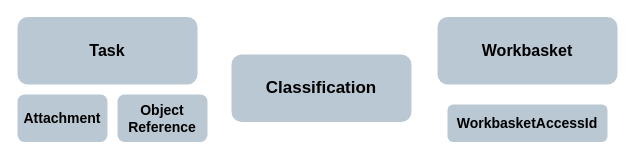
Above: new-doc-structure/first-example/docs/user-guide/core-concepts/entities.drawio in ryzheboka/taskana-doc (draw.io), before the change. Source tidied: cells renumbered, new cells numbered last; positions are measured from the earlier drawing's top-left corner, leaving out a move shared by most shapes. Both pictures are drawn from the tidied source at 100%, with x=0, y=0 at pixel (17, 16).
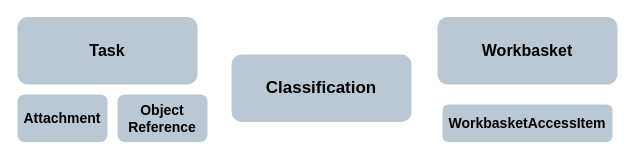
After the change.

What changed in the source:
```diff
@@
 <mxGraphModel>
   <root>
     <mxCell id="0" />
     <mxCell id="1" parent="0" />
     <mxCell id="2" value="&lt;b&gt;&lt;font style=&quot;font-size: 17px&quot;&gt;Classification&lt;/font&gt;&lt;/b&gt;" style="rounded=1;whiteSpace=wrap;html=1;fillColor=#bac8d3;strokeColor=none;" parent="1" vertex="1">
       <mxGeometry x="214" y="38" width="180" height="67.5" as="geometry" />
     </mxCell>
     <mxCell id="3" value="&lt;b&gt;&lt;font style=&quot;font-size: 16px&quot;&gt;Task&lt;/font&gt;&lt;/b&gt;" style="rounded=1;whiteSpace=wrap;html=1;fillColor=#bac8d3;strokeColor=none;" parent="1" vertex="1">
       <mxGeometry y="0.5" width="180" height="67.5" as="geometry" />
     </mxCell>
     <mxCell id="4" value="&lt;b&gt;&lt;font style=&quot;font-size: 16px&quot;&gt;Workbasket&lt;/font&gt;&lt;/b&gt;" style="rounded=1;whiteSpace=wrap;html=1;fillColor=#bac8d3;strokeColor=none;" parent="1" vertex="1">
       <mxGeometry x="420" y="0.5" width="180" height="67.5" as="geometry" />
     </mxCell>
     <mxCell id="5" value="&lt;b&gt;&lt;font style=&quot;font-size: 14px&quot;&gt;Attachment&lt;/font&gt;&lt;/b&gt;" style="rounded=1;whiteSpace=wrap;html=1;fillColor=#bac8d3;strokeColor=none;" parent="1" vertex="1">
       <mxGeometry y="78" width="90" height="47.5" as="geometry" />
     </mxCell>
     <mxCell id="6" value="&lt;b&gt;&lt;font style=&quot;font-size: 14px&quot;&gt;Object Reference&lt;/font&gt;&lt;/b&gt;" style="rounded=1;whiteSpace=wrap;html=1;fillColor=#bac8d3;strokeColor=none;" parent="1" vertex="1">
       <mxGeometry x="100" y="78" width="90" height="47.5" as="geometry" />
     </mxCell>
-    <mxCell id="7" value="&lt;b&gt;&lt;font style=&quot;font-size: 14px&quot;&gt;WorkbasketAccessId&lt;/font&gt;&lt;/b&gt;" style="rounded=1;whiteSpace=wrap;html=1;fillColor=#bac8d3;strokeColor=none;" parent="1" vertex="1">
-      <mxGeometry x="430" y="88" width="160" height="37.5" as="geometry" />
+    <mxCell id="7" value="&lt;b&gt;&lt;font style=&quot;font-size: 14px&quot;&gt;WorkbasketAccessItem&lt;/font&gt;&lt;/b&gt;" style="rounded=1;whiteSpace=wrap;html=1;fillColor=#bac8d3;strokeColor=none;" parent="1" vertex="1">
+      <mxGeometry x="425" y="88" width="170" height="37.5" as="geometry" />
     </mxCell>
   </root>
 </mxGraphModel>
```
